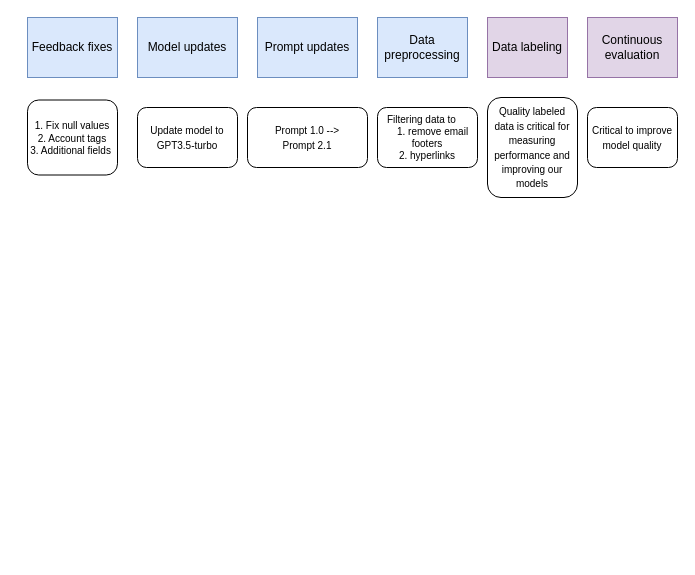
The draw.io diagram lockstep.drawio in sjster/draw.io, before the edit. Source tidied: cells renumbered, new cells numbered last; positions are measured from the earlier drawing's top-left corner, leaving out a move shared by most shapes. Both pictures are drawn from the tidied source at 100%, with x=0, y=0 at pixel (27, 17).
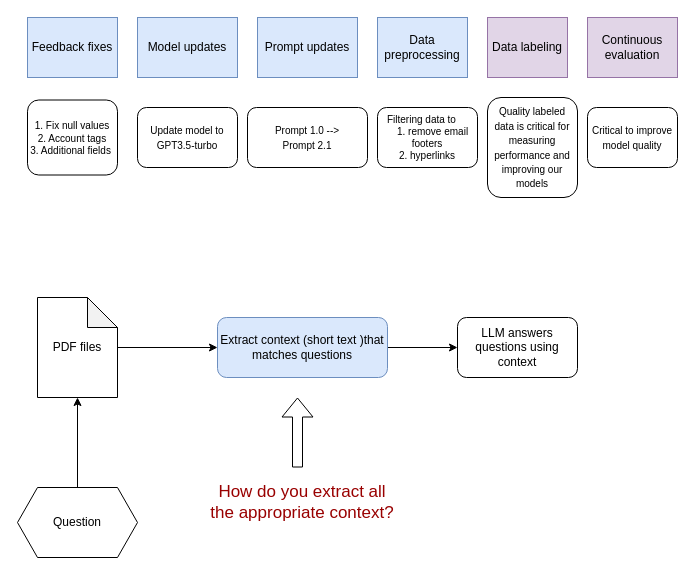
Above is the later version.

What changed in the source:
```diff
@@
+    <mxCell id="14" style="edgeStyle=orthogonalEdgeStyle;rounded=0;jettySize=auto;html=1;entryX=0;entryY=0.5;entryDx=0;entryDy=0;" parent="1" edge="1" source="15" target="17">
+      <mxGeometry relative="1" as="geometry" />
+    </mxCell>
+    <mxCell id="15" value="PDF files" style="shape=note;whiteSpace=wrap;html=1;backgroundOutline=1;darkOpacity=0.05;" parent="1" vertex="1">
+      <mxGeometry x="10" y="280" width="80" height="100" as="geometry" />
+    </mxCell>
+    <mxCell id="16" style="edgeStyle=orthogonalEdgeStyle;rounded=0;jettySize=auto;html=1;entryX=0;entryY=0.5;entryDx=0;entryDy=0;" parent="1" edge="1" source="17" target="19">
+      <mxGeometry relative="1" as="geometry" />
+    </mxCell>
+    <mxCell id="17" value="Extract context (short text )that matches questions" style="rounded=1;whiteSpace=wrap;html=1;fillColor=#dae8fc;strokeColor=#6c8ebf;" parent="1" vertex="1">
+      <mxGeometry x="190" y="300" width="170" height="60" as="geometry" />
+    </mxCell>
+    <mxCell id="18" value="Question" style="shape=hexagon;perimeter=hexagonPerimeter2;whiteSpace=wrap;html=1;fixedSize=1;" parent="1" vertex="1">
+      <mxGeometry x="-10" y="470" width="120" height="70" as="geometry" />
+    </mxCell>
+    <mxCell id="19" value="LLM answers questions using context" style="rounded=1;whiteSpace=wrap;html=1;" parent="1" vertex="1">
+      <mxGeometry x="430" y="300" width="120" height="60" as="geometry" />
+    </mxCell>
+    <mxCell id="20" style="edgeStyle=orthogonalEdgeStyle;rounded=0;jettySize=auto;html=1;entryX=0.5;entryY=1;entryDx=0;entryDy=0;entryPerimeter=0;" parent="1" edge="1" source="18" target="15">
+      <mxGeometry relative="1" as="geometry" />
+    </mxCell>
+    <mxCell id="21" value="&lt;font color=&quot;#990000&quot; style=&quot;font-size: 17px;&quot;&gt;How do you extract all the appropriate context?&lt;/font&gt;" style="text;html=1;strokeColor=none;fillColor=none;align=center;verticalAlign=middle;whiteSpace=wrap;rounded=0;" parent="1" vertex="1">
+      <mxGeometry x="180" y="470" width="190" height="30" as="geometry" />
+    </mxCell>
+    <mxCell id="22" style="shape=flexArrow;endArrow=classic;html=1;rounded=0;" parent="1" edge="1">
+      <mxGeometry relative="1" as="geometry">
+        <mxPoint x="270" y="450" as="sourcePoint" />
+        <mxPoint x="270" y="380" as="targetPoint" />
+      </mxGeometry>
+    </mxCell>
```
